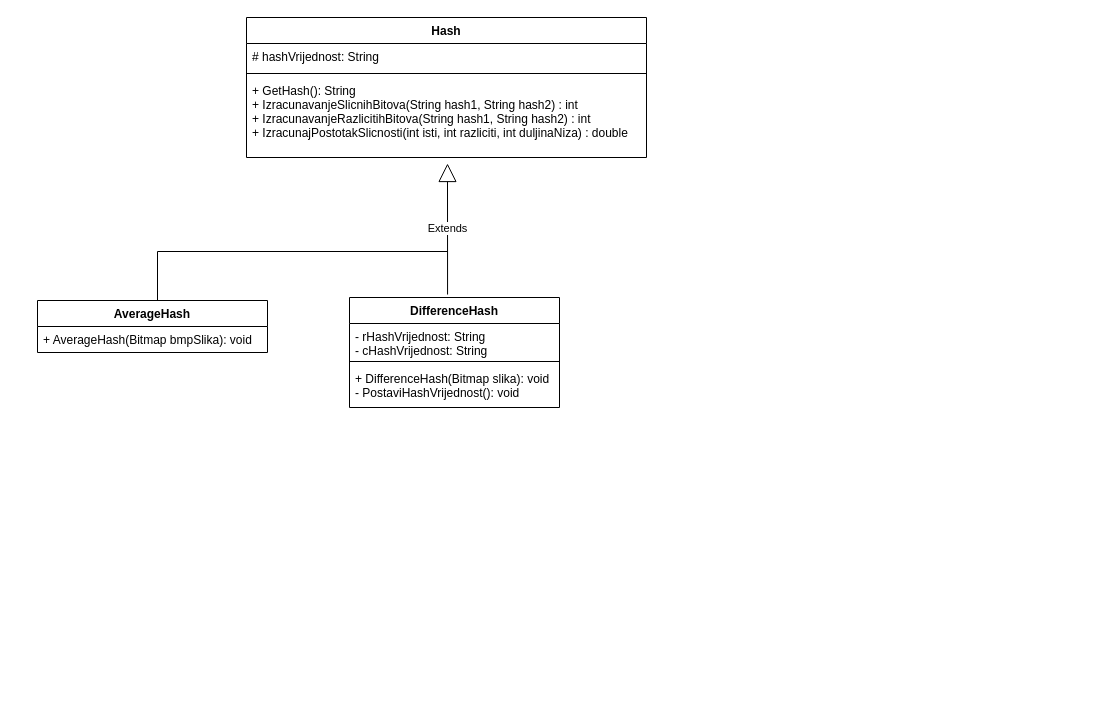
Above: Dokumentacija/Dijagrami/raw/HashGeneralizacija.drawio in jmigac/Percepcijsko-he-iranje (draw.io), before the change. Source tidied: cells renumbered, new cells numbered last; positions are measured from the earlier drawing's top-left corner, leaving out a move shared by most shapes. Both pictures are drawn from the tidied source at 100%, with x=0, y=0 at pixel (37, 17).
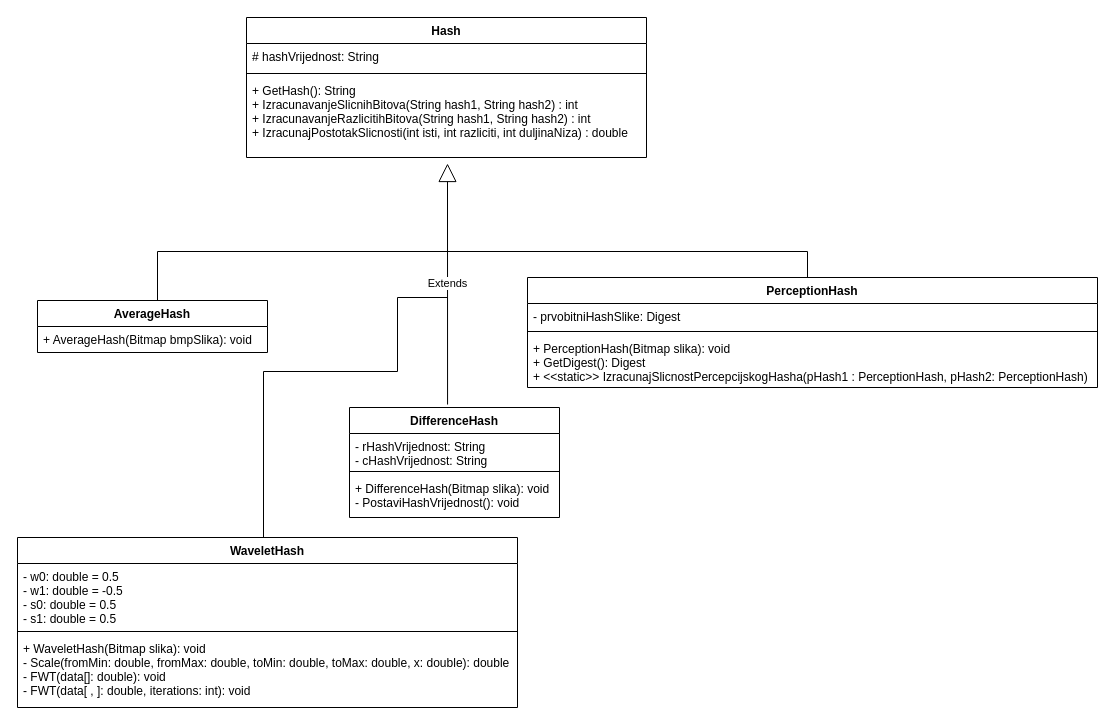
The same diagram, later.

Commit message (it also covers changes not shown here):
Završen dijagram dijagram klasa. #11

What changed in the source:
```diff
@@
     <mxCell id="9" value="DifferenceHash" style="swimlane;fontStyle=1;align=center;verticalAlign=top;horizontal=1;startSize=26;" parent="1" vertex="1">
-      <mxGeometry x="312" y="280" width="210" height="110" as="geometry" />
+      <mxGeometry x="312" y="390" width="210" height="110" as="geometry" />
     </mxCell>
@@
+    <mxCell id="15" value="PerceptionHash" style="swimlane;fontStyle=1;align=center;verticalAlign=top;horizontal=1;startSize=26;" parent="1" vertex="1">
+      <mxGeometry x="490" y="260" width="570" height="110" as="geometry" />
+    </mxCell>
+    <mxCell id="16" value="- prvobitniHashSlike: Digest" style="text;strokeColor=none;fillColor=none;align=left;verticalAlign=top;spacingLeft=4;spacingRight=4;overflow=hidden;" parent="15" vertex="1">
+      <mxGeometry y="26" width="570" height="24" as="geometry" />
+    </mxCell>
+    <mxCell id="17" style="line;strokeWidth=1;fillColor=none;align=left;verticalAlign=middle;spacingTop=-1;spacingLeft=3;spacingRight=3;labelPosition=right;" parent="15" vertex="1">
+      <mxGeometry y="50" width="570" height="8" as="geometry" />
+    </mxCell>
+    <mxCell id="18" value="+ PerceptionHash(Bitmap slika): void&#10;+ GetDigest(): Digest&#10;+ &lt;&lt;static&gt;&gt; IzracunajSlicnostPercepcijskogHasha(pHash1 : PerceptionHash, pHash2: PerceptionHash)" style="text;strokeColor=none;fillColor=none;align=left;verticalAlign=top;spacingLeft=4;spacingRight=4;overflow=hidden;" parent="15" vertex="1">
+      <mxGeometry y="58" width="570" height="52" as="geometry" />
+    </mxCell>
+    <mxCell id="19" style="line;strokeWidth=1;fillColor=none;align=left;verticalAlign=middle;spacingTop=-1;spacingLeft=3;spacingRight=3;labelPosition=right;" parent="1" vertex="1">
+      <mxGeometry x="410" y="230" width="360" height="8" as="geometry" />
+    </mxCell>
+    <mxCell id="20" style="line;strokeWidth=1;fillColor=none;align=left;verticalAlign=middle;spacingTop=-1;spacingLeft=3;spacingRight=3;labelPosition=right;direction=south;" parent="1" vertex="1">
+      <mxGeometry x="766" y="234" width="8" height="26" as="geometry" />
+    </mxCell>
+    <mxCell id="21" value="WaveletHash" style="swimlane;fontStyle=1;align=center;verticalAlign=top;horizontal=1;startSize=26;" parent="1" vertex="1">
+      <mxGeometry x="-20" y="520" width="500" height="170" as="geometry" />
+    </mxCell>
+    <mxCell id="22" value="- w0: double = 0.5&#10;- w1: double = -0.5&#10;- s0: double = 0.5&#10;- s1: double = 0.5" style="text;strokeColor=none;fillColor=none;align=left;verticalAlign=top;spacingLeft=4;spacingRight=4;overflow=hidden;" parent="21" vertex="1">
+      <mxGeometry y="26" width="500" height="64" as="geometry" />
+    </mxCell>
+    <mxCell id="23" style="line;strokeWidth=1;fillColor=none;align=left;verticalAlign=middle;spacingTop=-1;spacingLeft=3;spacingRight=3;labelPosition=right;" parent="21" vertex="1">
+      <mxGeometry y="90" width="500" height="8" as="geometry" />
+    </mxCell>
+    <mxCell id="24" value="+ WaveletHash(Bitmap slika): void&#10;- Scale(fromMin: double, fromMax: double, toMin: double, toMax: double, x: double): double&#10;- FWT(data[]: double): void&#10;- FWT(data[ , ]: double, iterations: int): void" style="text;strokeColor=none;fillColor=none;align=left;verticalAlign=top;spacingLeft=4;spacingRight=4;overflow=hidden;" parent="21" vertex="1">
+      <mxGeometry y="98" width="500" height="72" as="geometry" />
+    </mxCell>
+    <mxCell id="25" style="line;strokeWidth=1;fillColor=none;align=left;verticalAlign=middle;spacingTop=-1;spacingLeft=3;spacingRight=3;labelPosition=right;direction=south;" parent="1" vertex="1">
+      <mxGeometry x="222" y="354" width="8" height="166" as="geometry" />
+    </mxCell>
+    <mxCell id="26" style="line;strokeWidth=1;fillColor=none;align=left;verticalAlign=middle;spacingTop=-1;spacingLeft=3;spacingRight=3;labelPosition=right;" parent="1" vertex="1">
+      <mxGeometry x="226" y="350" width="134" height="8" as="geometry" />
+    </mxCell>
+    <mxCell id="27" style="line;strokeWidth=1;fillColor=none;align=left;verticalAlign=middle;spacingTop=-1;spacingLeft=3;spacingRight=3;labelPosition=right;direction=south;" parent="1" vertex="1">
+      <mxGeometry x="356" y="280" width="8" height="74" as="geometry" />
+    </mxCell>
+    <mxCell id="28" style="line;strokeWidth=1;fillColor=none;align=left;verticalAlign=middle;spacingTop=-1;spacingLeft=3;spacingRight=3;labelPosition=right;" parent="1" vertex="1">
+      <mxGeometry x="360" y="276" width="50" height="8" as="geometry" />
+    </mxCell>
```
